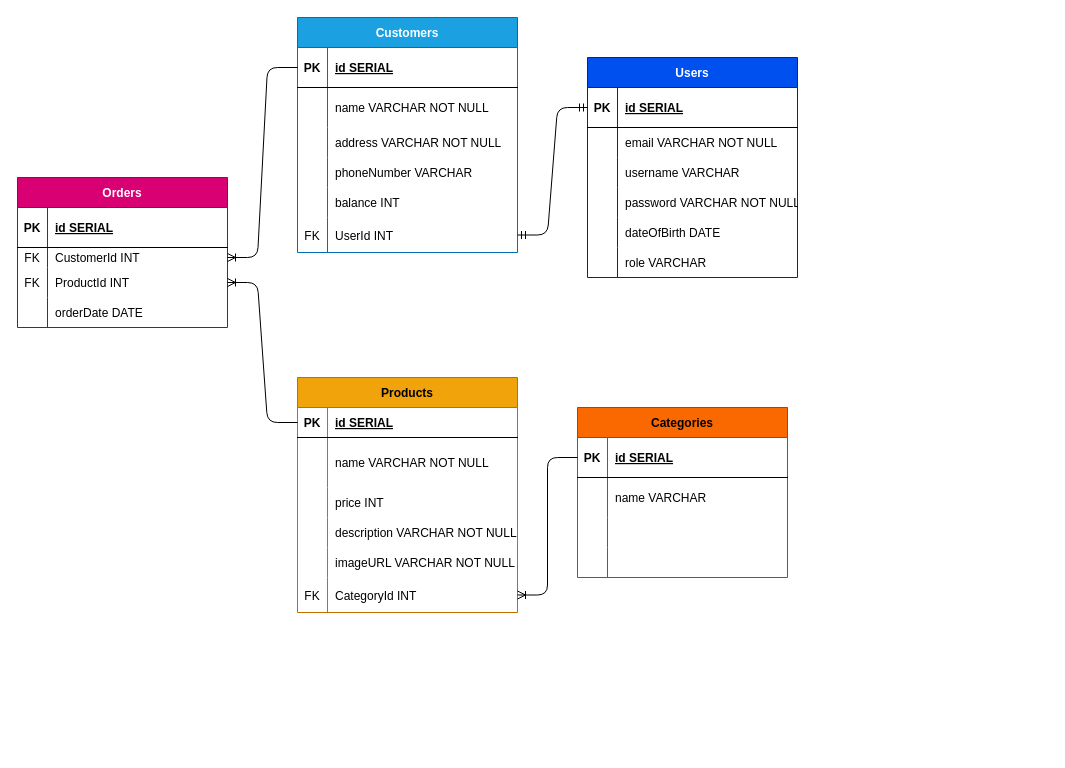
Earlier version of the draw.io diagram E-Commerce.drawio (syabinaaisyah/PairProject_Ecommerce). Source tidied: cells renumbered, new cells numbered last; positions are measured from the earlier drawing's top-left corner, leaving out a move shared by most shapes. Both pictures are drawn from the tidied source at 100%, with x=0, y=0 at pixel (17, 17).
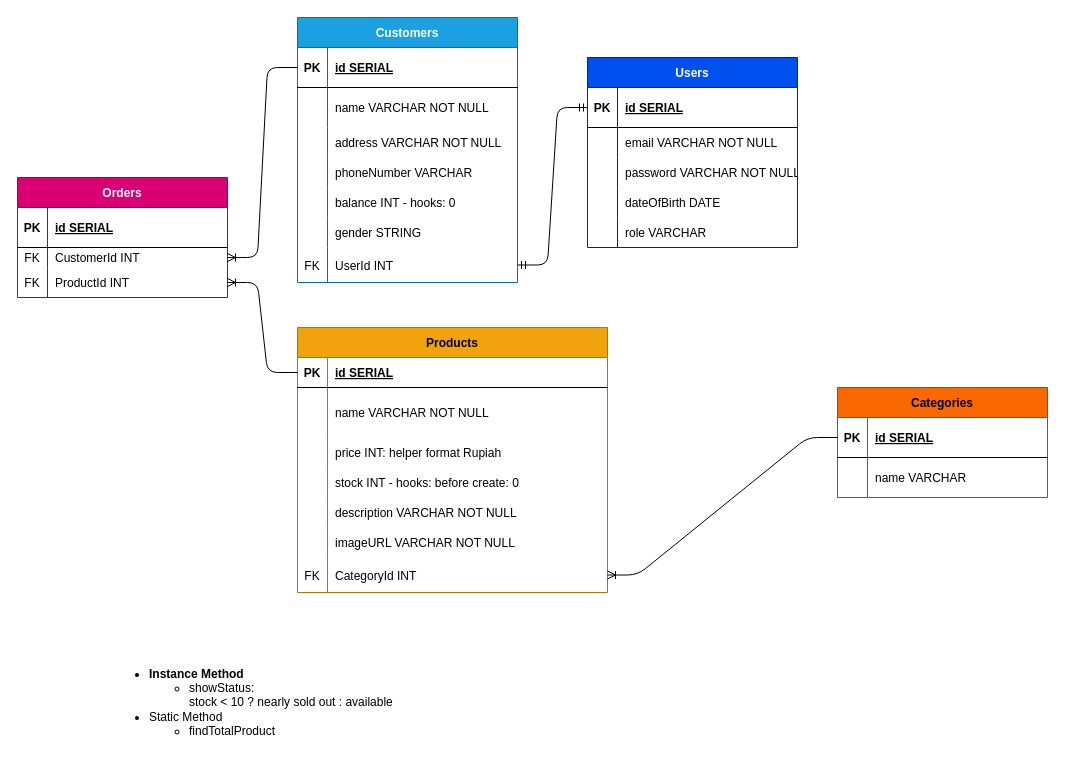
After the change.

Unchanged cells that the change refers to:
```xml
<mxCell id="15" style="shape=tableRow;horizontal=0;startSize=0;swimlaneHead=0;swimlaneBody=0;fillColor=none;top=0;left=0;right=0;bottom=0;" parent="2" vertex="1">
  <mxGeometry y="170" width="220" height="30" as="geometry" />
</mxCell>
```

Change to the diagram source:
```diff
@@
     <mxCell id="2" value="Customers" style="shape=table;startSize=30;childLayout=tableLayout;rowLines=0;fontStyle=1;align=center;fillColor=#1ba1e2;fontColor=#ffffff;strokeColor=#006EAF;" parent="1" vertex="1">
-      <mxGeometry x="280" width="220" height="235" as="geometry" />
+      <mxGeometry x="280" width="220" height="265" as="geometry" />
     </mxCell>
@@
-    <mxCell id="17" value="balance INT" style="shape=partialRectangle;fillColor=none;top=0;left=0;bottom=0;right=0;align=left;spacingLeft=6;overflow=hidden;" parent="15" vertex="1">
+    <mxCell id="17" value="balance INT - hooks: 0" style="shape=partialRectangle;fillColor=none;top=0;left=0;bottom=0;right=0;align=left;spacingLeft=6;overflow=hidden;" parent="15" vertex="1">
       <mxGeometry x="30" width="190" height="30" as="geometry" />
     </mxCell>
+    <mxCell id="89" style="shape=tableRow;horizontal=0;startSize=0;swimlaneHead=0;swimlaneBody=0;fillColor=none;top=0;left=0;right=0;bottom=0;" parent="2" vertex="1">
+      <mxGeometry y="200" width="220" height="30" as="geometry" />
+    </mxCell>
+    <mxCell id="90" style="shape=partialRectangle;fillColor=none;top=0;left=0;bottom=0;right=0;overflow=hidden;" parent="89" vertex="1">
+      <mxGeometry width="30" height="30" as="geometry" />
+    </mxCell>
+    <mxCell id="91" value="gender STRING " style="shape=partialRectangle;fillColor=none;top=0;left=0;bottom=0;right=0;align=left;spacingLeft=6;overflow=hidden;" parent="89" vertex="1">
+      <mxGeometry x="30" width="190" height="30" as="geometry" />
+    </mxCell>
     <mxCell id="18" style="shape=tableRow;horizontal=0;startSize=0;swimlaneHead=0;swimlaneBody=0;fillColor=none;points=[[0,0.5],[1,0.5]];portConstraint=eastwest;top=0;left=0;right=0;bottom=0;" parent="2" vertex="1">
-      <mxGeometry y="200" width="220" height="35" as="geometry" />
+      <mxGeometry y="230" width="220" height="35" as="geometry" />
     </mxCell>
@@
     <mxCell id="21" value="Orders" style="shape=table;startSize=30;childLayout=tableLayout;rowLines=0;fontStyle=1;align=center;fillColor=#d80073;fontColor=#ffffff;strokeColor=#A50040;" parent="1" vertex="1">
-      <mxGeometry y="160" width="210" height="150" as="geometry" />
+      <mxGeometry y="160" width="210" height="120" as="geometry" />
     </mxCell>
@@
-    <mxCell id="31" style="shape=tableRow;horizontal=0;startSize=0;swimlaneHead=0;swimlaneBody=0;fillColor=none;top=0;left=0;right=0;bottom=0;" parent="21" vertex="1">
-      <mxGeometry y="120" width="210" height="30" as="geometry" />
-    </mxCell>
-    <mxCell id="32" style="shape=partialRectangle;fillColor=none;top=0;left=0;bottom=0;right=0;overflow=hidden;" parent="31" vertex="1">
-      <mxGeometry width="30" height="30" as="geometry" />
-    </mxCell>
-    <mxCell id="33" value="orderDate DATE" style="shape=partialRectangle;fillColor=none;top=0;left=0;bottom=0;right=0;align=left;spacingLeft=6;overflow=hidden;" parent="31" vertex="1">
-      <mxGeometry x="30" width="180" height="30" as="geometry" />
-    </mxCell>
@@
     <mxCell id="35" value="Products" style="shape=table;startSize=30;childLayout=tableLayout;rowLines=0;fontStyle=1;align=center;fillColor=#f0a30a;fontColor=#000000;strokeColor=#BD7000;" parent="1" vertex="1">
-      <mxGeometry x="280" y="360" width="220" height="235" as="geometry" />
+      <mxGeometry x="280" y="310" width="310" height="265" as="geometry" />
     </mxCell>
     <mxCell id="36" style="shape=tableRow;horizontal=0;startSize=0;swimlaneHead=0;swimlaneBody=0;fillColor=none;points=[[0,0.5],[1,0.5]];portConstraint=eastwest;top=0;left=0;right=0;bottom=1;" parent="35" vertex="1">
-      <mxGeometry y="30" width="220" height="30" as="geometry" />
+      <mxGeometry y="30" width="310" height="30" as="geometry" />
     </mxCell>
@@
     <mxCell id="38" value="id SERIAL" style="shape=partialRectangle;fillColor=none;top=0;left=0;bottom=0;right=0;align=left;spacingLeft=6;fontStyle=5;overflow=hidden;" parent="36" vertex="1">
-      <mxGeometry x="30" width="190" height="30" as="geometry" />
+      <mxGeometry x="30" width="280" height="30" as="geometry" />
     </mxCell>
     <mxCell id="39" style="shape=tableRow;horizontal=0;startSize=0;swimlaneHead=0;swimlaneBody=0;fillColor=none;top=0;left=0;right=0;bottom=0;" parent="35" vertex="1">
-      <mxGeometry y="60" width="220" height="50" as="geometry" />
+      <mxGeometry y="60" width="310" height="50" as="geometry" />
     </mxCell>
@@
     <mxCell id="41" value="name VARCHAR NOT NULL " style="shape=partialRectangle;fillColor=none;top=0;left=0;bottom=0;right=0;align=left;spacingLeft=6;overflow=hidden;" parent="39" vertex="1">
-      <mxGeometry x="30" width="190" height="50" as="geometry" />
+      <mxGeometry x="30" width="280" height="50" as="geometry" />
     </mxCell>
     <mxCell id="42" style="shape=tableRow;horizontal=0;startSize=0;swimlaneHead=0;swimlaneBody=0;fillColor=none;top=0;left=0;right=0;bottom=0;" parent="35" vertex="1">
-      <mxGeometry y="110" width="220" height="30" as="geometry" />
+      <mxGeometry y="110" width="310" height="30" as="geometry" />
     </mxCell>
@@
-    <mxCell id="44" value="price INT" style="shape=partialRectangle;fillColor=none;top=0;left=0;bottom=0;right=0;align=left;spacingLeft=6;overflow=hidden;" parent="42" vertex="1">
-      <mxGeometry x="30" width="190" height="30" as="geometry" />
+    <mxCell id="44" value="price INT: helper format Rupiah" style="shape=partialRectangle;fillColor=none;top=0;left=0;bottom=0;right=0;align=left;spacingLeft=6;overflow=hidden;" parent="42" vertex="1">
+      <mxGeometry x="30" width="280" height="30" as="geometry" />
     </mxCell>
+    <mxCell id="92" style="shape=tableRow;horizontal=0;startSize=0;swimlaneHead=0;swimlaneBody=0;fillColor=none;top=0;left=0;right=0;bottom=0;" parent="35" vertex="1">
+      <mxGeometry y="140" width="310" height="30" as="geometry" />
+    </mxCell>
+    <mxCell id="93" style="shape=partialRectangle;fillColor=none;top=0;left=0;bottom=0;right=0;overflow=hidden;" parent="92" vertex="1">
+      <mxGeometry width="30" height="30" as="geometry" />
+    </mxCell>
+    <mxCell id="94" value="stock INT - hooks: before create: 0" style="shape=partialRectangle;fillColor=none;top=0;left=0;bottom=0;right=0;align=left;spacingLeft=6;overflow=hidden;" parent="92" vertex="1">
+      <mxGeometry x="30" width="280" height="30" as="geometry" />
+    </mxCell>
     <mxCell id="45" style="shape=tableRow;horizontal=0;startSize=0;swimlaneHead=0;swimlaneBody=0;fillColor=none;top=0;left=0;right=0;bottom=0;" parent="35" vertex="1">
-      <mxGeometry y="140" width="220" height="30" as="geometry" />
+      <mxGeometry y="170" width="310" height="30" as="geometry" />
     </mxCell>
@@
     <mxCell id="47" value="description VARCHAR NOT NULL" style="shape=partialRectangle;fillColor=none;top=0;left=0;bottom=0;right=0;align=left;spacingLeft=6;overflow=hidden;" parent="45" vertex="1">
-      <mxGeometry x="30" width="190" height="30" as="geometry" />
+      <mxGeometry x="30" width="280" height="30" as="geometry" />
     </mxCell>
     <mxCell id="48" style="shape=tableRow;horizontal=0;startSize=0;swimlaneHead=0;swimlaneBody=0;fillColor=none;top=0;left=0;right=0;bottom=0;" parent="35" vertex="1">
-      <mxGeometry y="170" width="220" height="30" as="geometry" />
+      <mxGeometry y="200" width="310" height="30" as="geometry" />
     </mxCell>
@@
     <mxCell id="50" value="imageURL VARCHAR NOT NULL" style="shape=partialRectangle;fillColor=none;top=0;left=0;bottom=0;right=0;align=left;spacingLeft=6;overflow=hidden;" parent="48" vertex="1">
-      <mxGeometry x="30" width="190" height="30" as="geometry" />
+      <mxGeometry x="30" width="280" height="30" as="geometry" />
     </mxCell>
     <mxCell id="51" style="shape=tableRow;horizontal=0;startSize=0;swimlaneHead=0;swimlaneBody=0;fillColor=none;points=[[0,0.5],[1,0.5]];portConstraint=eastwest;top=0;left=0;right=0;bottom=0;" parent="35" vertex="1">
-      <mxGeometry y="200" width="220" height="35" as="geometry" />
+      <mxGeometry y="230" width="310" height="35" as="geometry" />
     </mxCell>
@@
     <mxCell id="53" value="CategoryId INT" style="shape=partialRectangle;fillColor=none;top=0;left=0;bottom=0;right=0;align=left;spacingLeft=6;overflow=hidden;" parent="51" vertex="1">
-      <mxGeometry x="30" width="190" height="35" as="geometry" />
+      <mxGeometry x="30" width="280" height="35" as="geometry" />
     </mxCell>
@@
     <mxCell id="55" value="Users" style="shape=table;startSize=30;childLayout=tableLayout;rowLines=0;fontStyle=1;align=center;fillColor=#0050ef;fontColor=#ffffff;strokeColor=#001DBC;" parent="1" vertex="1">
-      <mxGeometry x="570" y="40" width="210" height="220" as="geometry" />
+      <mxGeometry x="570" y="40" width="210" height="190" as="geometry" />
     </mxCell>
@@
-    <mxCell id="62" style="shape=tableRow;horizontal=0;startSize=0;swimlaneHead=0;swimlaneBody=0;fillColor=none;top=0;left=0;right=0;bottom=0;" parent="55" vertex="1">
-      <mxGeometry y="100" width="210" height="30" as="geometry" />
-    </mxCell>
-    <mxCell id="63" style="shape=partialRectangle;fillColor=none;top=0;left=0;bottom=0;right=0;overflow=hidden;" parent="62" vertex="1">
-      <mxGeometry width="30" height="30" as="geometry" />
-    </mxCell>
-    <mxCell id="64" value="username VARCHAR" style="shape=partialRectangle;fillColor=none;top=0;left=0;bottom=0;right=0;align=left;spacingLeft=6;overflow=hidden;" parent="62" vertex="1">
-      <mxGeometry x="30" width="180" height="30" as="geometry" />
-    </mxCell>
     <mxCell id="65" style="shape=tableRow;horizontal=0;startSize=0;swimlaneHead=0;swimlaneBody=0;fillColor=none;top=0;left=0;right=0;bottom=0;" parent="55" vertex="1">
-      <mxGeometry y="130" width="210" height="30" as="geometry" />
+      <mxGeometry y="100" width="210" height="30" as="geometry" />
     </mxCell>
@@
     <mxCell id="68" style="shape=tableRow;horizontal=0;startSize=0;swimlaneHead=0;swimlaneBody=0;fillColor=none;top=0;left=0;right=0;bottom=0;" parent="55" vertex="1">
-      <mxGeometry y="160" width="210" height="30" as="geometry" />
+      <mxGeometry y="130" width="210" height="30" as="geometry" />
     </mxCell>
@@
     <mxCell id="71" style="shape=tableRow;horizontal=0;startSize=0;swimlaneHead=0;swimlaneBody=0;fillColor=none;top=0;left=0;right=0;bottom=0;" parent="55" vertex="1">
-      <mxGeometry y="190" width="210" height="30" as="geometry" />
+      <mxGeometry y="160" width="210" height="30" as="geometry" />
     </mxCell>
@@
     <mxCell id="75" value="Categories" style="shape=table;startSize=30;childLayout=tableLayout;rowLines=0;fontStyle=1;align=center;fillColor=#fa6800;strokeColor=#C73500;fontColor=#000000;" parent="1" vertex="1">
-      <mxGeometry x="560" y="390" width="210" height="170" as="geometry" />
+      <mxGeometry x="820" y="370" width="210" height="110" as="geometry" />
     </mxCell>
@@
-    <mxCell id="82" style="shape=tableRow;horizontal=0;startSize=0;swimlaneHead=0;swimlaneBody=0;fillColor=none;top=0;left=0;right=0;bottom=0;" parent="75" vertex="1">
-      <mxGeometry y="110" width="210" height="30" as="geometry" />
-    </mxCell>
-    <mxCell id="83" style="shape=partialRectangle;fillColor=none;top=0;left=0;bottom=0;right=0;overflow=hidden;" parent="82" vertex="1">
-      <mxGeometry width="30" height="30" as="geometry" />
-    </mxCell>
-    <mxCell id="84" style="shape=partialRectangle;fillColor=none;top=0;left=0;bottom=0;right=0;align=left;spacingLeft=6;overflow=hidden;" parent="82" vertex="1">
-      <mxGeometry x="30" width="180" height="30" as="geometry" />
-    </mxCell>
-    <mxCell id="85" style="shape=tableRow;horizontal=0;startSize=0;swimlaneHead=0;swimlaneBody=0;fillColor=none;top=0;left=0;right=0;bottom=0;" parent="75" vertex="1">
-      <mxGeometry y="140" width="210" height="30" as="geometry" />
-    </mxCell>
-    <mxCell id="86" style="shape=partialRectangle;fillColor=none;top=0;left=0;bottom=0;right=0;overflow=hidden;" parent="85" vertex="1">
-      <mxGeometry width="30" height="30" as="geometry" />
-    </mxCell>
-    <mxCell id="87" style="shape=partialRectangle;fillColor=none;top=0;left=0;bottom=0;right=0;align=left;spacingLeft=6;overflow=hidden;" parent="85" vertex="1">
-      <mxGeometry x="30" width="180" height="30" as="geometry" />
-    </mxCell>
@@
+    <mxCell id="95" value="&lt;ul&gt;&lt;li&gt;&lt;span style=&quot;&quot;&gt;&lt;b&gt;Instance Method&amp;nbsp;&lt;/b&gt;&lt;/span&gt;&lt;/li&gt;&lt;ul&gt;&lt;li&gt;showStatus:&lt;br style=&quot;padding: 0px; margin: 0px;&quot;&gt;stock &amp;lt; 10 ? nearly sold out : available&lt;/li&gt;&lt;/ul&gt;&lt;li&gt;Static Method&lt;/li&gt;&lt;ul&gt;&lt;li&gt;findTotalProduct&lt;/li&gt;&lt;/ul&gt;&lt;/ul&gt;" style="text;strokeColor=none;align=left;fillColor=none;html=1;verticalAlign=middle;whiteSpace=wrap;rounded=0;" parent="1" vertex="1">
+      <mxGeometry x="90" y="660" width="340" height="50" as="geometry" />
+    </mxCell>
```
